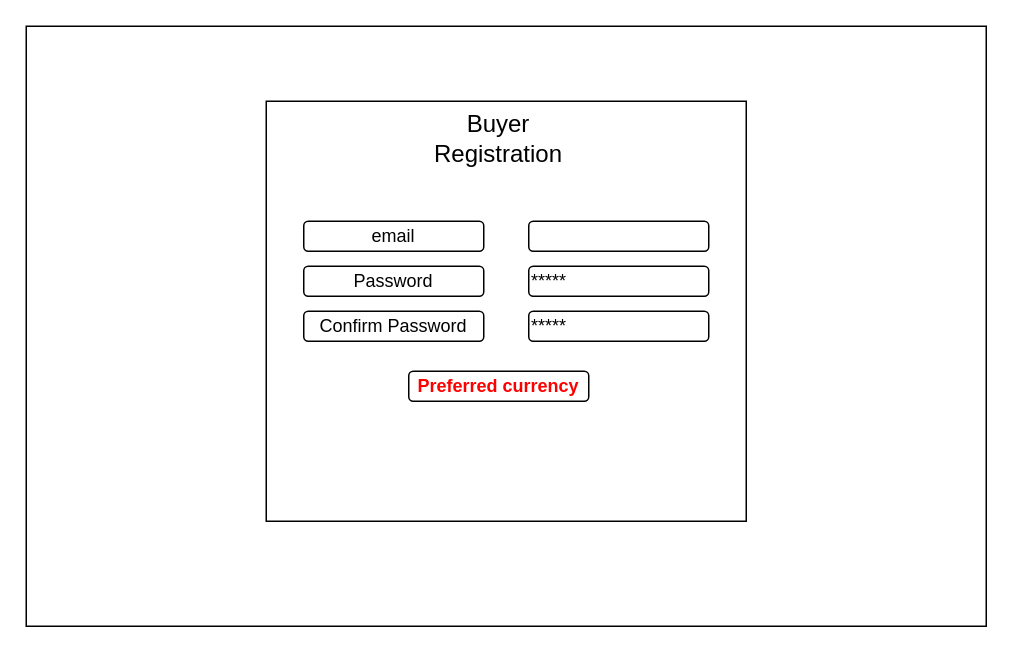
Earlier version of the draw.io diagram Registration_page.drawio (malshan1998/draw.io). Source tidied: cells renumbered, new cells numbered last; positions are measured from the earlier drawing's top-left corner, leaving out a move shared by most shapes. Both pictures are drawn from the tidied source at 150%, with x=0, y=0 at pixel (26, 26).
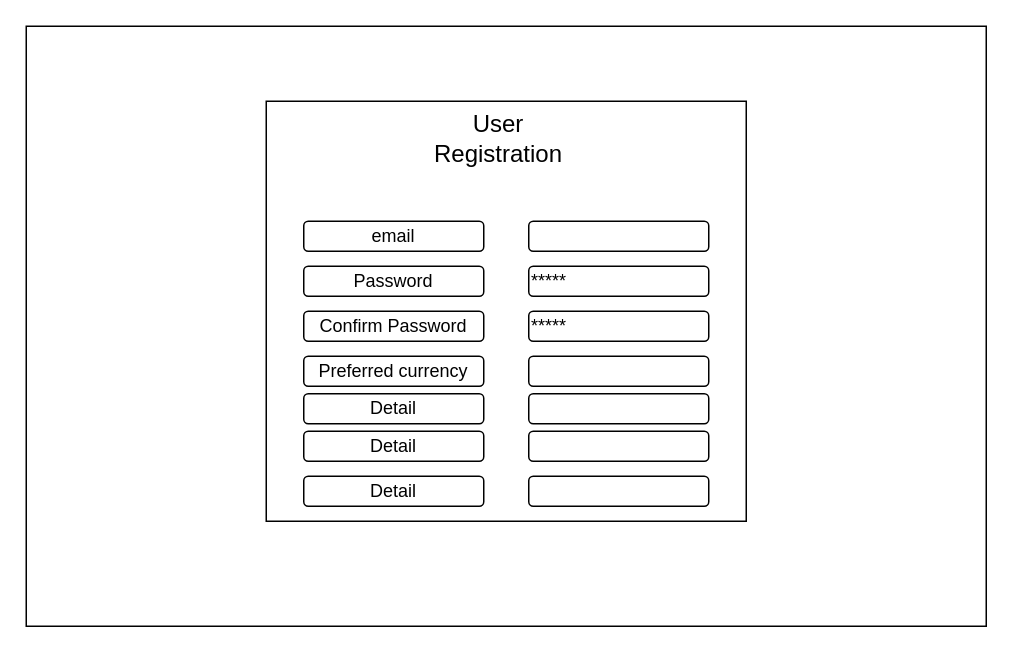
After the change.

The edit, as a diff of the source:
```diff
@@
 <mxGraphModel>
   <root>
     <mxCell id="0" />
     <mxCell id="1" parent="0" />
     <mxCell id="2" style="rounded=0;whiteSpace=wrap;html=1;fillColor=none;" parent="1" vertex="1">
       <mxGeometry width="640" height="400" as="geometry" />
     </mxCell>
     <mxCell id="3" style="rounded=0;whiteSpace=wrap;html=1;fillColor=none;" parent="1" vertex="1">
       <mxGeometry x="160" y="50" width="320" height="280" as="geometry" />
     </mxCell>
     <mxCell id="4" style="rounded=1;whiteSpace=wrap;html=1;" parent="1" vertex="1">
       <mxGeometry x="335" y="130" width="120" height="20" as="geometry" />
     </mxCell>
     <mxCell id="5" value="&lt;div align=&quot;left&quot;&gt;*****&lt;/div&gt;" style="rounded=1;whiteSpace=wrap;html=1;align=left;" parent="1" vertex="1">
       <mxGeometry x="335" y="160" width="120" height="20" as="geometry" />
     </mxCell>
     <mxCell id="6" value="&lt;div align=&quot;left&quot;&gt;*****&lt;/div&gt;" style="rounded=1;whiteSpace=wrap;html=1;align=left;" parent="1" vertex="1">
       <mxGeometry x="335" y="190" width="120" height="20" as="geometry" />
     </mxCell>
-    <mxCell id="7" value="Buyer Registration" style="rounded=0;whiteSpace=wrap;html=1;fillColor=none;strokeColor=none;fontSize=16;" parent="1" vertex="1">
+    <mxCell id="7" value="User Registration" style="rounded=0;whiteSpace=wrap;html=1;fillColor=none;strokeColor=none;fontSize=16;" parent="1" vertex="1">
       <mxGeometry x="255" y="60" width="120" height="30" as="geometry" />
     </mxCell>
     <mxCell id="8" value="Password" style="rounded=1;whiteSpace=wrap;html=1;fillColor=none;" parent="1" vertex="1">
       <mxGeometry x="185" y="160" width="120" height="20" as="geometry" />
     </mxCell>
     <mxCell id="9" value="Confirm Password" style="rounded=1;whiteSpace=wrap;html=1;fillColor=none;" parent="1" vertex="1">
       <mxGeometry x="185" y="190" width="120" height="20" as="geometry" />
     </mxCell>
     <mxCell id="10" value="email" style="rounded=1;whiteSpace=wrap;html=1;fillColor=none;" parent="1" vertex="1">
       <mxGeometry x="185" y="130" width="120" height="20" as="geometry" />
     </mxCell>
-    <mxCell id="11" value="&lt;div&gt;Preferred currency&lt;/div&gt;" style="rounded=1;whiteSpace=wrap;html=1;fontStyle=1;fontColor=#ff0000;" parent="1" vertex="1">
-      <mxGeometry x="255" y="230" width="120" height="20" as="geometry" />
+    <mxCell id="11" value="Detail" style="rounded=1;whiteSpace=wrap;html=1;fontStyle=0;fontColor=#000000;" parent="1" vertex="1">
+      <mxGeometry x="185" y="270" width="120" height="20" as="geometry" />
     </mxCell>
+    <mxCell id="12" style="rounded=1;whiteSpace=wrap;html=1;" parent="1" vertex="1">
+      <mxGeometry x="335" y="270" width="120" height="20" as="geometry" />
+    </mxCell>
+    <mxCell id="13" value="&lt;div&gt;Preferred currency&lt;/div&gt;" style="rounded=1;whiteSpace=wrap;html=1;fontStyle=0;fontColor=#000000;" parent="1" vertex="1">
+      <mxGeometry x="185" y="220" width="120" height="20" as="geometry" />
+    </mxCell>
+    <mxCell id="14" style="rounded=1;whiteSpace=wrap;html=1;" parent="1" vertex="1">
+      <mxGeometry x="335" y="220" width="120" height="20" as="geometry" />
+    </mxCell>
+    <mxCell id="15" value="Detail" style="rounded=1;whiteSpace=wrap;html=1;fontStyle=0;fontColor=#000000;" parent="1" vertex="1">
+      <mxGeometry x="185" y="300" width="120" height="20" as="geometry" />
+    </mxCell>
+    <mxCell id="16" style="rounded=1;whiteSpace=wrap;html=1;" parent="1" vertex="1">
+      <mxGeometry x="335" y="300" width="120" height="20" as="geometry" />
+    </mxCell>
+    <mxCell id="17" value="Detail" style="rounded=1;whiteSpace=wrap;html=1;fontStyle=0;fontColor=#000000;" parent="1" vertex="1">
+      <mxGeometry x="185" y="245" width="120" height="20" as="geometry" />
+    </mxCell>
+    <mxCell id="18" style="rounded=1;whiteSpace=wrap;html=1;" parent="1" vertex="1">
+      <mxGeometry x="335" y="245" width="120" height="20" as="geometry" />
+    </mxCell>
   </root>
 </mxGraphModel>
```
